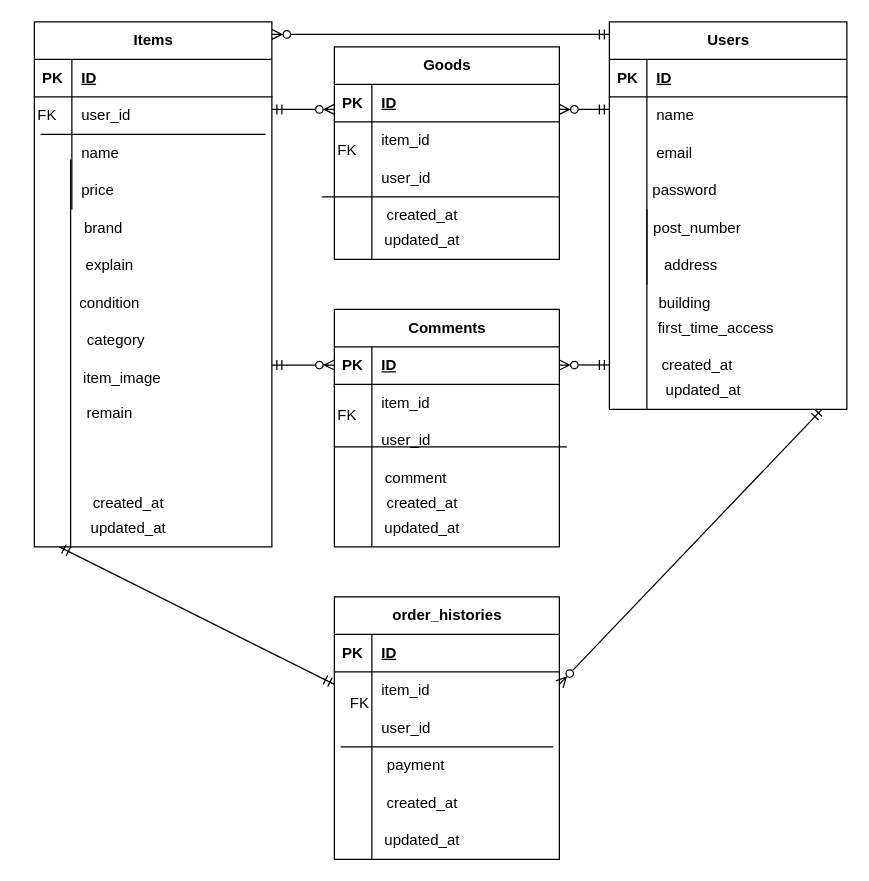
Above: src/1.drawio in takayuki2025/simulation1 (draw.io), before the change. Source tidied: cells renumbered, new cells numbered last; positions are measured from the earlier drawing's top-left corner, leaving out a move shared by most shapes. Both pictures are drawn from the tidied source at 125%, with x=0, y=0 at pixel (21, 21).
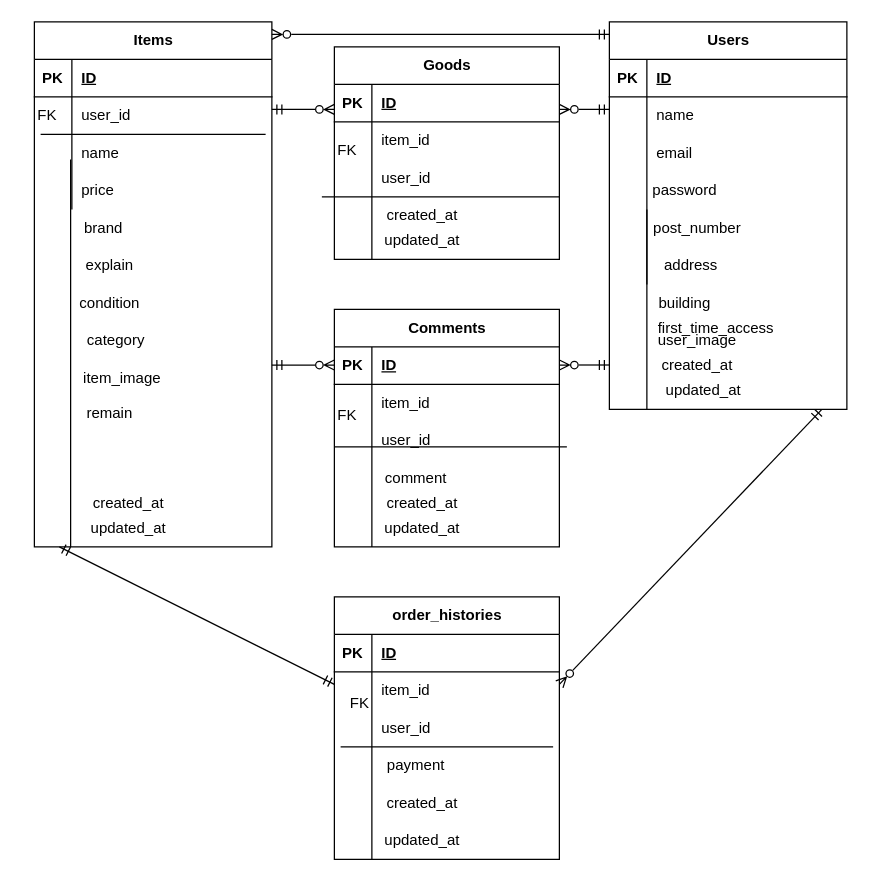
The same diagram, later.

Diff of the diagram source:
```diff
@@
+    <mxCell id="109" value="user_image" style="text;html=1;align=center;verticalAlign=middle;strokeColor=none;fillColor=none;" parent="1" vertex="1">
+      <mxGeometry x="495" y="240" width="90" height="30" as="geometry" />
+    </mxCell>
```
